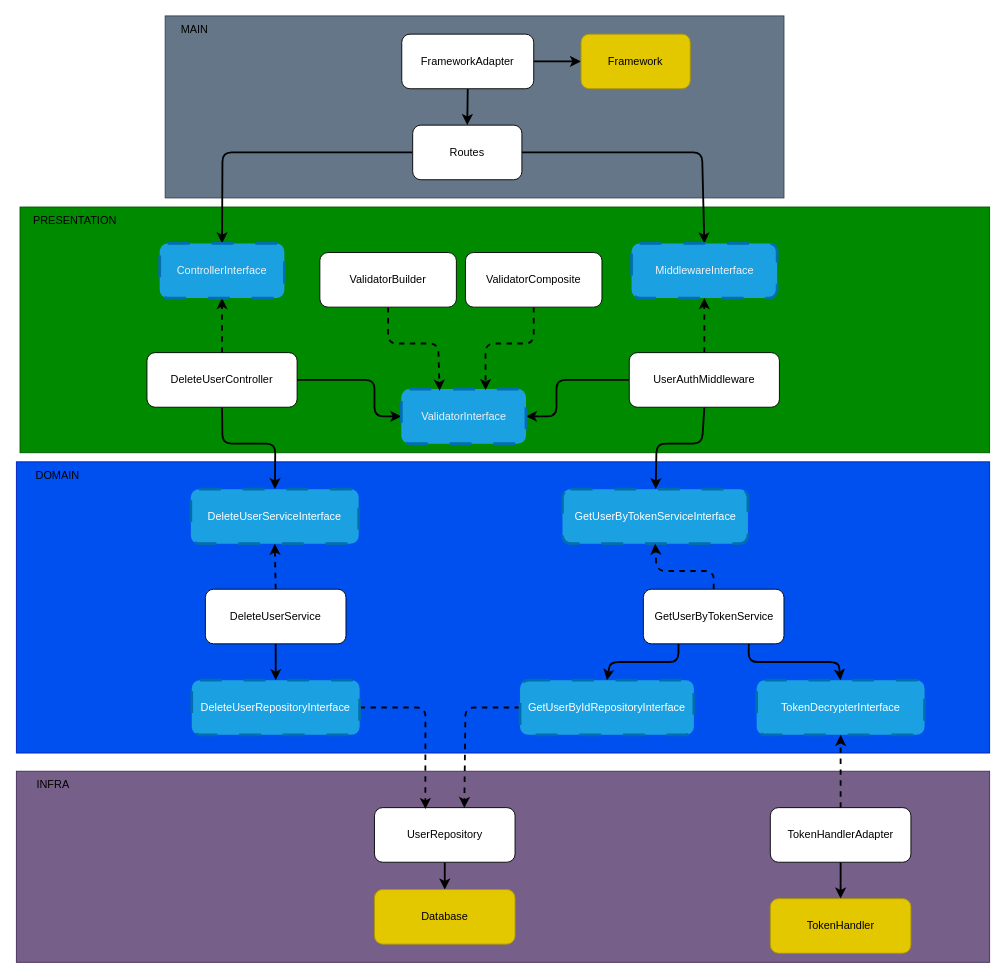
This is diagrams/delete-user.drawio from DouglasVolcato/node-tdd-clean-architecture, a draw.io file, before an edit. Source tidied: cells renumbered, new cells numbered last; positions are measured from the earlier drawing's top-left corner, leaving out a move shared by most shapes. Both pictures are drawn from the tidied source at 91%, with x=0, y=0 at pixel (15, 15).
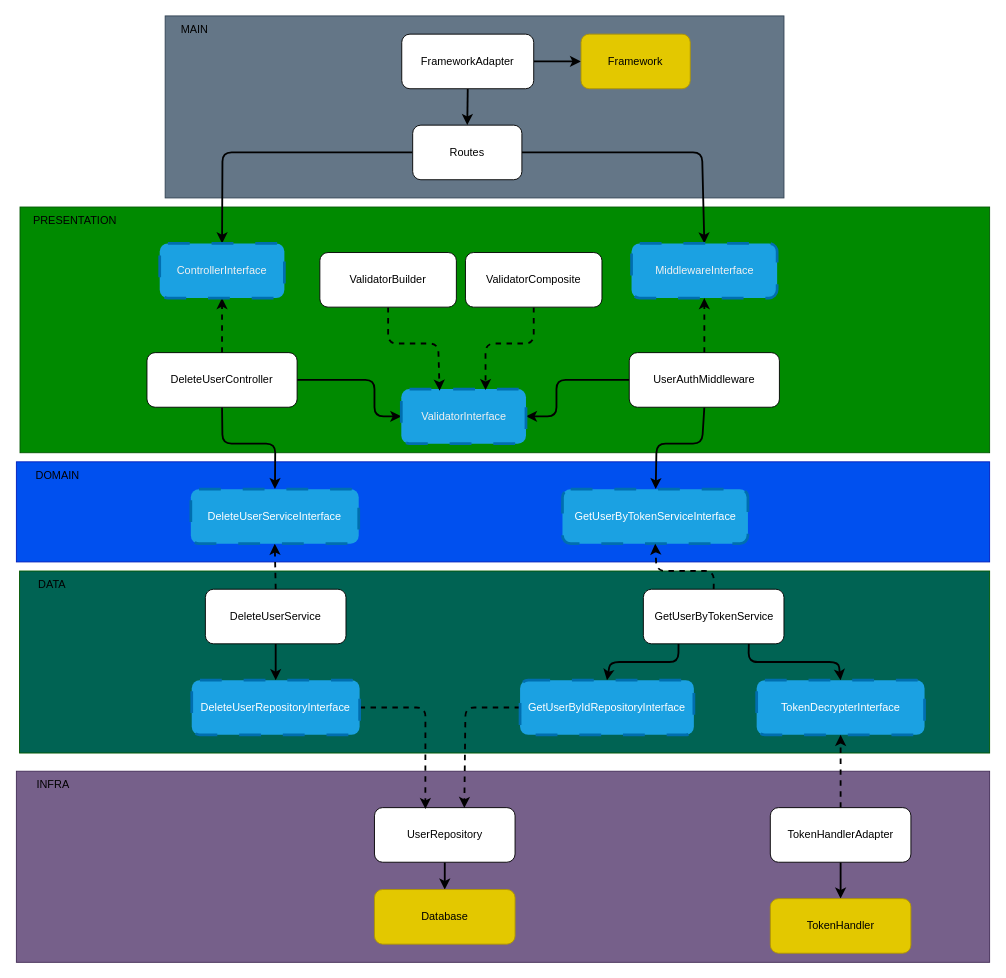
After the change.

What changed in the source:
```diff
@@
+    <mxCell id="53" style="rounded=0;whiteSpace=wrap;html=1;fillColor=#006353;fontColor=#ffffff;strokeColor=#005700;" parent="1" vertex="1">
+      <mxGeometry x="4" y="610" width="1066" height="200" as="geometry" />
+    </mxCell>
@@
     <mxCell id="3" style="rounded=0;whiteSpace=wrap;html=1;fillColor=#0050ef;fontColor=#ffffff;strokeColor=#001DBC;" parent="1" vertex="1">
-      <mxGeometry x="0.5" y="490" width="1069.5" height="320" as="geometry" />
+      <mxGeometry x="0.5" y="490" width="1069.5" height="110" as="geometry" />
     </mxCell>
@@
+    <mxCell id="54" value="DATA" style="text;html=1;strokeColor=none;fillColor=none;align=center;verticalAlign=middle;whiteSpace=wrap;rounded=0;" parent="1" vertex="1">
+      <mxGeometry x="4.5" y="610" width="69.5" height="30" as="geometry" />
+    </mxCell>
```
